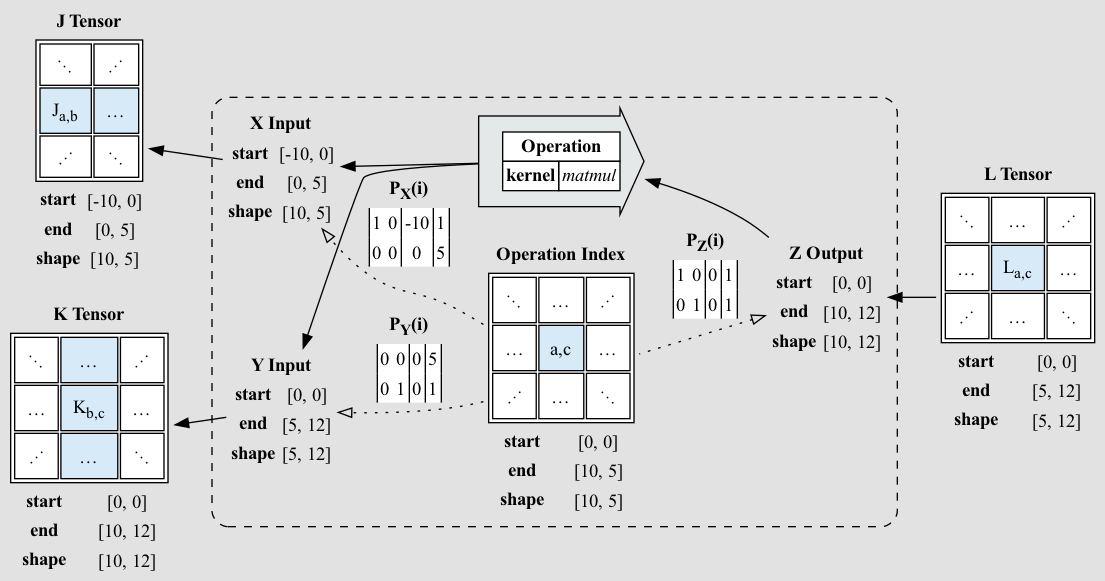
Before: docs/PolyhedralTypes/PolyhedralTypeSignatures/matmul.example.dot.png, a diagram exported from Graphviz (crutcher/tapestry). Its source is kept beside it as docs/PolyhedralTypes/PolyhedralTypeSignatures/matmul.example.dot.
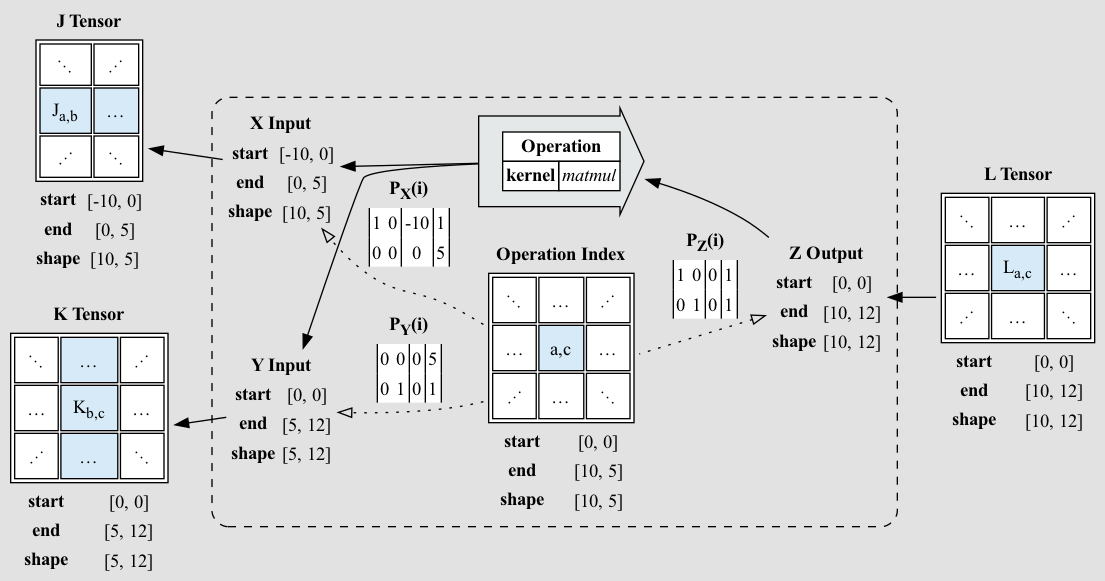
After the commit.

Commit message:
Update end and shape values in matmul examples

The commit corrects the 'end' and 'shape' values in the matmul.example.dot & its SVG representation. Changes reflect accurate dimensions for matrix multiplication examples.

The edit, as a diff of the source:
```diff
@@ -55,8 +55,8 @@
             </table>
 </td></tr>
 <tr><td><b>start</b></td><td>[0, 0]</td></tr>
-<tr><td><b>end</b></td><td>[10, 12]</td></tr>
-<tr><td><b>shape</b></td><td>[10, 12]</td></tr>
+<tr><td><b>end</b></td><td>[5, 12]</td></tr>
+<tr><td><b>shape</b></td><td>[5, 12]</td></tr>
 </table>
         >,
     ];
@@ -87,8 +87,8 @@
             </table>
                 </td></tr>
             <tr><td><b>start</b></td><td>[0, 0]</td></tr>
-            <tr><td><b>end</b></td><td>[5, 12]</td></tr>
-            <tr><td><b>shape</b></td><td>[5, 12]</td></tr>
+            <tr><td><b>end</b></td><td>[10, 12]</td></tr>
+            <tr><td><b>shape</b></td><td>[10, 12]</td></tr>
                 </table>
         >,
         ];
```
